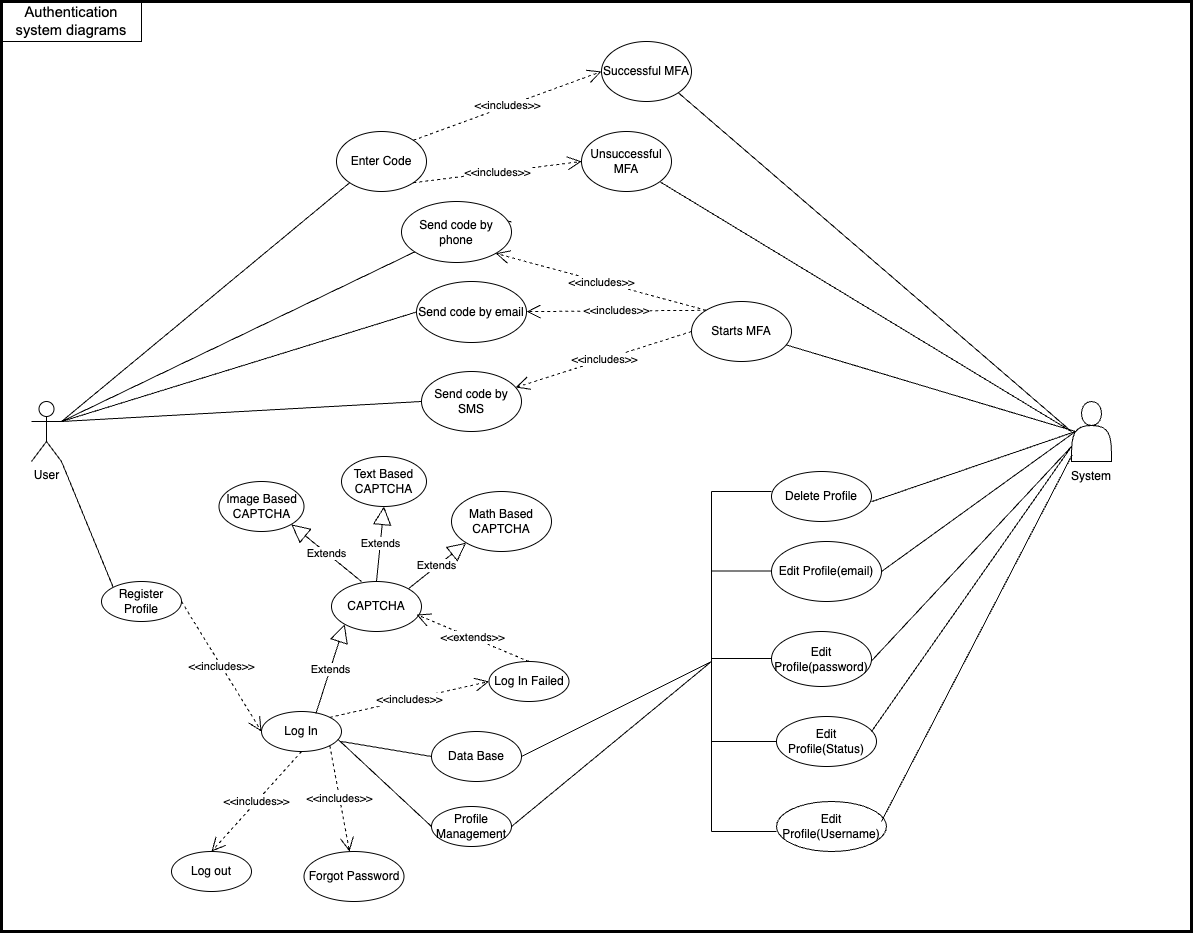
The draw.io diagram diagrams/profile_matchmaking/use_case_diagrams/use_case_diagram_05.png in ShakH00/OMGame, before a commit. Source tidied: cells renumbered, new cells last; positions are measured from the earlier drawing's top-left corner, leaving out a move shared by most shapes.
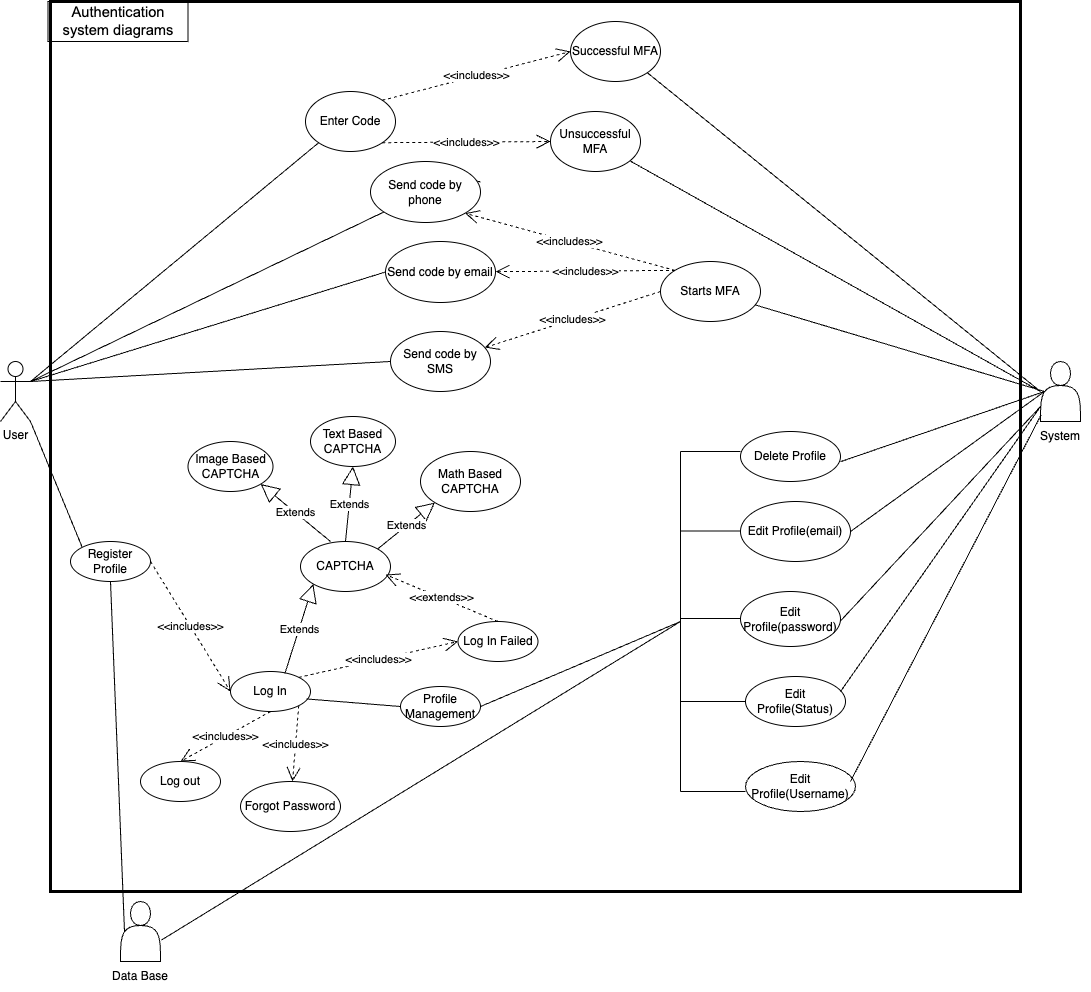
The same diagram one commit later.

Commit message:
30215541- Edited Data Base for use_case_diagram_05.png

What changed in the source:
```diff
@@ -3,7 +3,7 @@
     <mxCell id="0" />
     <mxCell id="1" parent="0" />
     <mxCell id="2" style="rounded=0;whiteSpace=wrap;html=1;fillColor=none;strokeColor=default;strokeWidth=3;" parent="1" vertex="1">
-      <mxGeometry width="1190" height="930" as="geometry" />
+      <mxGeometry x="80" y="40" width="970" height="890" as="geometry" />
     </mxCell>
     <mxCell id="3" value="User" style="shape=umlActor;verticalLabelPosition=bottom;verticalAlign=top;html=1;outlineConnect=0;" parent="1" vertex="1">
       <mxGeometry x="30" y="400" width="30" height="60" as="geometry" />
@@ -18,10 +18,10 @@
       <mxGeometry x="100" y="580" width="80" height="40" as="geometry" />
     </mxCell>
     <mxCell id="7" value="Log out&lt;span style=&quot;color: rgba(0, 0, 0, 0); font-family: monospace; font-size: 0px; text-align: start; text-wrap-mode: nowrap;&quot;&gt;%3CmxGraphModel%3E%3Croot%3E%3CmxCell%20id%3D%220%22%2F%3E%3CmxCell%20id%3D%221%22%20parent%3D%220%22%2F%3E%3CmxCell%20id%3D%222%22%20value%3D%22Log%20In%22%20style%3D%22ellipse%3BwhiteSpace%3Dwrap%3Bhtml%3D1%3B%22%20vertex%3D%221%22%20parent%3D%221%22%3E%3CmxGeometry%20x%3D%22360%22%20y%3D%22150%22%20width%3D%2280%22%20height%3D%2240%22%20as%3D%22geometry%22%2F%3E%3C%2FmxCell%3E%3C%2Froot%3E%3C%2FmxGraphModel%3E&lt;/span&gt;" style="ellipse;whiteSpace=wrap;html=1;" parent="1" vertex="1">
-      <mxGeometry x="170" y="850" width="80" height="40" as="geometry" />
+      <mxGeometry x="170" y="800" width="80" height="40" as="geometry" />
     </mxCell>
     <mxCell id="8" value="Profile Management" style="ellipse;whiteSpace=wrap;html=1;" parent="1" vertex="1">
-      <mxGeometry x="430" y="805" width="80" height="40" as="geometry" />
+      <mxGeometry x="430" y="725" width="80" height="40" as="geometry" />
     </mxCell>
     <mxCell id="9" value="Delete Profile" style="ellipse;whiteSpace=wrap;html=1;" parent="1" vertex="1">
       <mxGeometry x="770" y="470" width="100" height="50" as="geometry" />
@@ -85,7 +85,7 @@
       </mxGeometry>
     </mxCell>
     <mxCell id="24" value="Forgot Password" style="ellipse;whiteSpace=wrap;html=1;" parent="1" vertex="1">
-      <mxGeometry x="302.5" y="850" width="100" height="50" as="geometry" />
+      <mxGeometry x="270" y="820" width="100" height="50" as="geometry" />
     </mxCell>
     <mxCell id="25" value="&amp;lt;&amp;lt;includes&amp;gt;&amp;gt;" style="endArrow=open;endSize=12;dashed=1;html=1;rounded=0;exitX=1;exitY=1;exitDx=0;exitDy=0;" parent="1" edge="1" source="12" target="24">
       <mxGeometry relative="1" as="geometry" />
@@ -100,7 +100,7 @@
       <mxGeometry relative="1" as="geometry" />
     </mxCell>
     <mxCell id="28" value="&lt;span id=&quot;docs-internal-guid-327b6698-7fff-1813-8f81-1230f8b7dcd2&quot;&gt;&lt;span style=&quot;font-size: 11pt; font-family: Arial, sans-serif; background-color: transparent; font-variant-numeric: normal; font-variant-east-asian: normal; font-variant-alternates: normal; font-variant-position: normal; font-variant-emoji: normal; vertical-align: baseline; white-space-collapse: preserve;&quot;&gt;Authentication system diagrams&lt;/span&gt;&lt;/span&gt;" style="text;html=1;align=center;verticalAlign=middle;whiteSpace=wrap;rounded=0;strokeColor=default;" parent="1" vertex="1">
-      <mxGeometry width="140" height="40" as="geometry" />
+      <mxGeometry x="77.5" y="40" width="140" height="40" as="geometry" />
     </mxCell>
     <mxCell id="29" style="shape=actor;whiteSpace=wrap;html=1;" parent="1" vertex="1">
       <mxGeometry x="1070" y="400" width="40" height="60" as="geometry" />
@@ -162,20 +162,6 @@
     <mxCell id="44" value="&amp;lt;&amp;lt;extends&amp;gt;&amp;gt;" style="endArrow=open;endSize=12;dashed=1;html=1;rounded=0;exitX=0.5;exitY=0;exitDx=0;exitDy=0;entryX=0.944;entryY=0.661;entryDx=0;entryDy=0;entryPerimeter=0;" parent="1" edge="1" source="42" target="5">
       <mxGeometry relative="1" as="geometry" />
     </mxCell>
-    <mxCell id="45" value="Data Base" style="ellipse;whiteSpace=wrap;html=1;" parent="1" vertex="1">
-      <mxGeometry x="430" y="730" width="90" height="50" as="geometry" />
-    </mxCell>
-    <mxCell id="46" style="endArrow=none;html=1;rounded=0;entryX=0;entryY=0.5;entryDx=0;entryDy=0;" parent="1" edge="1" target="45">
-      <mxGeometry relative="1" as="geometry">
-        <mxPoint x="340" y="740" as="sourcePoint" />
-      </mxGeometry>
-    </mxCell>
-    <mxCell id="47" style="endArrow=none;html=1;rounded=0;exitX=1;exitY=0.5;exitDx=0;exitDy=0;" parent="1" edge="1">
-      <mxGeometry relative="1" as="geometry">
-        <mxPoint x="520" y="755" as="sourcePoint" />
-        <mxPoint x="710" y="660" as="targetPoint" />
-      </mxGeometry>
-    </mxCell>
     <mxCell id="48" style="endArrow=none;html=1;rounded=0;exitX=0.1;exitY=0.5;exitDx=0;exitDy=0;exitPerimeter=0;" parent="1" edge="1" source="29" target="49">
       <mxGeometry relative="1" as="geometry" />
     </mxCell>
@@ -200,10 +186,10 @@
       </mxGeometry>
     </mxCell>
     <mxCell id="55" value="Unsuccessful MFA" style="ellipse;whiteSpace=wrap;html=1;" parent="1" vertex="1">
-      <mxGeometry x="580" y="130" width="90" height="60" as="geometry" />
+      <mxGeometry x="580" y="150" width="90" height="60" as="geometry" />
     </mxCell>
     <mxCell id="56" value="Successful MFA" style="ellipse;whiteSpace=wrap;html=1;" parent="1" vertex="1">
-      <mxGeometry x="600" y="40" width="90" height="60" as="geometry" />
+      <mxGeometry x="600" y="60" width="90" height="60" as="geometry" />
     </mxCell>
     <mxCell id="57" style="endArrow=none;html=1;rounded=0;entryX=1;entryY=1;entryDx=0;entryDy=0;" parent="1" edge="1" target="56">
       <mxGeometry relative="1" as="geometry">
@@ -242,5 +228,19 @@
     <mxCell id="67" value="Send code by phone" style="ellipse;whiteSpace=wrap;html=1;" parent="1" vertex="1">
       <mxGeometry x="400" y="200" width="110" height="61" as="geometry" />
     </mxCell>
+    <mxCell id="68" style="shape=actor;whiteSpace=wrap;html=1;" parent="1" vertex="1">
+      <mxGeometry x="150" y="940" width="40" height="60" as="geometry" />
+    </mxCell>
+    <mxCell id="45" value="Data Base" style="text;html=1;align=center;verticalAlign=middle;whiteSpace=wrap;rounded=0;" parent="1" vertex="1">
+      <mxGeometry x="140" y="1000" width="60" height="30" as="geometry" />
+    </mxCell>
+    <mxCell id="69" style="endArrow=none;html=1;rounded=0;entryX=0.5;entryY=1;entryDx=0;entryDy=0;exitX=0.1;exitY=0.5;exitDx=0;exitDy=0;exitPerimeter=0;" parent="1" edge="1" source="68" target="6">
+      <mxGeometry relative="1" as="geometry" />
+    </mxCell>
+    <mxCell id="70" style="endArrow=none;html=1;rounded=0;exitX=1.025;exitY=0.642;exitDx=0;exitDy=0;exitPerimeter=0;" parent="1" edge="1" source="68">
+      <mxGeometry relative="1" as="geometry">
+        <mxPoint x="710" y="660" as="targetPoint" />
+      </mxGeometry>
+    </mxCell>
   </root>
 </mxGraphModel>
```
